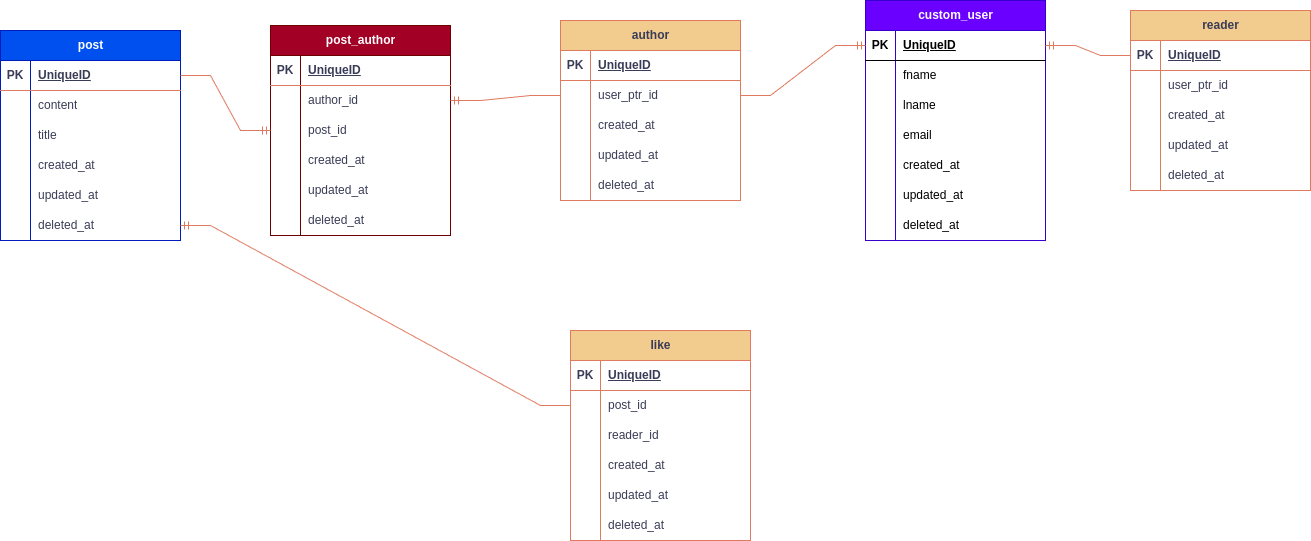
This is BlogApp_ERD.drawio.png from MohammadYeganeFar/Blog_App, a draw.io export, as it was before one commit. Source tidied: cells renumbered, new cells last; positions are measured from the earlier drawing's top-left corner, leaving out a move shared by most shapes.
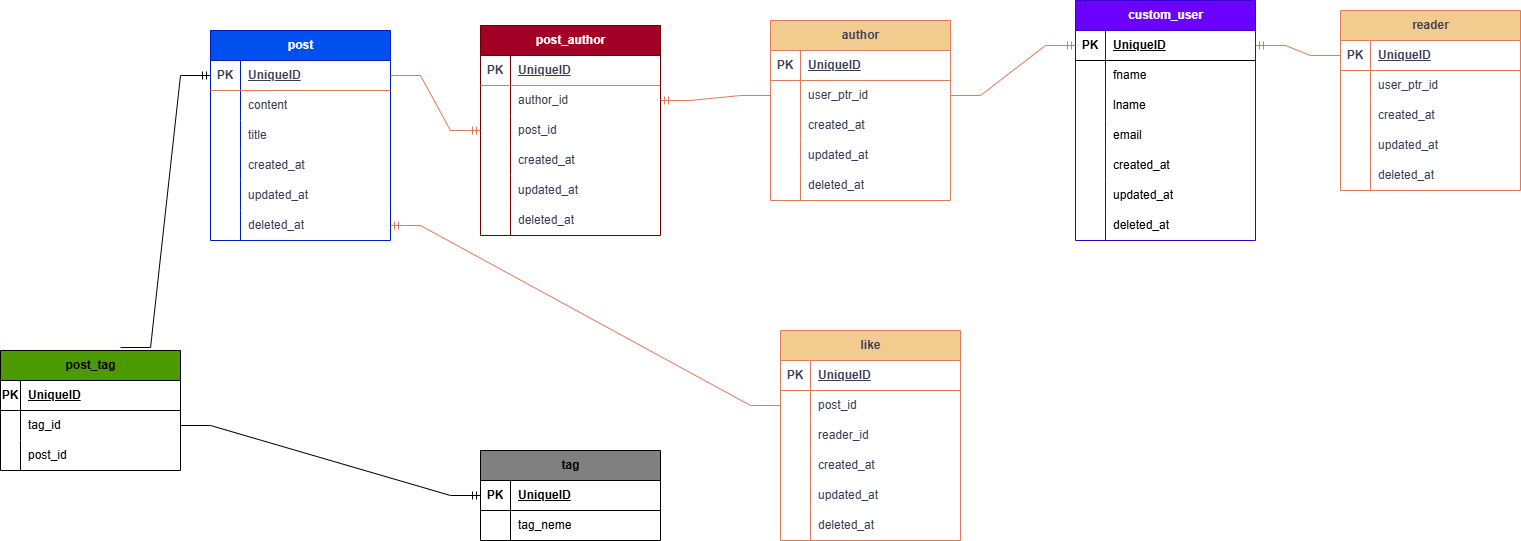
Later version of the same file.

Commit message:
Update BlogApp_ERD.drawio.png: tag and post_tag tables added

What changed in the source:
```diff
@@ -350,5 +350,76 @@
     <mxCell id="117" style="edgeStyle=entityRelationEdgeStyle;fontSize=12;html=1;endArrow=ERmandOne;rounded=0;strokeColor=#E07A5F;fontColor=#393C56;fillColor=#F2CC8F;exitX=0;exitY=0.5;exitDx=0;exitDy=0;entryX=1;entryY=0.5;entryDx=0;entryDy=0;" parent="1" edge="1" source="101" target="57">
       <mxGeometry relative="1" as="geometry" />
     </mxCell>
+    <mxCell id="118" value="tag" style="shape=table;startSize=30;rowLines=0;fontStyle=1;align=center;html=1;fillColor=#808080;" parent="1" vertex="1">
+      <mxGeometry x="270" y="450" width="180" height="90" as="geometry" />
+    </mxCell>
+    <mxCell id="119" style="shape=tableRow;horizontal=0;startSize=0;swimlaneHead=0;swimlaneBody=0;fillColor=none;points=[[0,0.5],[1,0.5]];portConstraint=eastwest;top=0;left=0;right=0;bottom=1;" parent="118" vertex="1">
+      <mxGeometry y="30" width="180" height="30" as="geometry" />
+    </mxCell>
+    <mxCell id="120" value="PK" style="shape=partialRectangle;fillColor=none;top=0;left=0;bottom=0;right=0;fontStyle=1;overflow=hidden;whiteSpace=wrap;html=1;" parent="119" vertex="1">
+      <mxGeometry width="30" height="30" as="geometry" />
+    </mxCell>
+    <mxCell id="121" value="UniqueID" style="shape=partialRectangle;fillColor=none;top=0;left=0;bottom=0;right=0;align=left;spacingLeft=6;fontStyle=5;overflow=hidden;whiteSpace=wrap;html=1;" parent="119" vertex="1">
+      <mxGeometry x="30" width="150" height="30" as="geometry" />
+    </mxCell>
+    <mxCell id="122" style="shape=tableRow;horizontal=0;startSize=0;swimlaneHead=0;swimlaneBody=0;fillColor=none;top=0;left=0;right=0;bottom=0;" parent="118" vertex="1">
+      <mxGeometry y="60" width="180" height="30" as="geometry" />
+    </mxCell>
+    <mxCell id="123" style="shape=partialRectangle;fillColor=none;top=0;left=0;bottom=0;right=0;overflow=hidden;whiteSpace=wrap;html=1;" parent="122" vertex="1">
+      <mxGeometry width="30" height="30" as="geometry" />
+    </mxCell>
+    <mxCell id="124" value="tag_neme" style="shape=partialRectangle;fillColor=none;top=0;left=0;bottom=0;right=0;align=left;spacingLeft=6;overflow=hidden;whiteSpace=wrap;html=1;" parent="122" vertex="1">
+      <mxGeometry x="30" width="150" height="30" as="geometry" />
+    </mxCell>
+    <mxCell id="125" value="post_tag" style="shape=table;startSize=30;rowLines=0;fontStyle=1;align=center;html=1;fillColor=#4D9900;" parent="1" vertex="1">
+      <mxGeometry x="-210" y="350" width="180" height="120" as="geometry" />
+    </mxCell>
+    <mxCell id="126" style="shape=tableRow;horizontal=0;startSize=0;swimlaneHead=0;swimlaneBody=0;fillColor=none;top=0;left=0;right=0;bottom=1;" parent="125" vertex="1">
+      <mxGeometry y="30" width="180" height="30" as="geometry" />
+    </mxCell>
+    <mxCell id="127" value="PK" style="shape=partialRectangle;fillColor=none;top=0;left=0;bottom=0;right=0;fontStyle=1;overflow=hidden;whiteSpace=wrap;html=1;" parent="126" vertex="1">
+      <mxGeometry width="20" height="30" as="geometry" />
+    </mxCell>
+    <mxCell id="128" value="UniqueID" style="shape=partialRectangle;fillColor=none;top=0;left=0;bottom=0;right=0;align=left;spacingLeft=6;fontStyle=5;overflow=hidden;whiteSpace=wrap;html=1;" parent="126" vertex="1">
+      <mxGeometry x="20" width="160" height="30" as="geometry" />
+    </mxCell>
+    <mxCell id="129" style="shape=tableRow;horizontal=0;startSize=0;swimlaneHead=0;swimlaneBody=0;fillColor=none;points=[[0,0.5],[1,0.5]];portConstraint=eastwest;top=0;left=0;right=0;bottom=0;" parent="125" vertex="1">
+      <mxGeometry y="60" width="180" height="30" as="geometry" />
+    </mxCell>
+    <mxCell id="130" style="shape=partialRectangle;fillColor=none;top=0;left=0;bottom=0;right=0;overflow=hidden;whiteSpace=wrap;html=1;" parent="129" vertex="1">
+      <mxGeometry width="20" height="30" as="geometry" />
+    </mxCell>
+    <mxCell id="131" value="tag_id" style="shape=partialRectangle;fillColor=none;top=0;left=0;bottom=0;right=0;align=left;spacingLeft=6;overflow=hidden;whiteSpace=wrap;html=1;" parent="129" vertex="1">
+      <mxGeometry x="20" width="160" height="30" as="geometry" />
+    </mxCell>
+    <mxCell id="132" style="shape=tableRow;horizontal=0;startSize=0;swimlaneHead=0;swimlaneBody=0;fillColor=none;top=0;left=0;right=0;bottom=0;" parent="125" vertex="1">
+      <mxGeometry y="90" width="180" height="30" as="geometry" />
+    </mxCell>
+    <mxCell id="133" style="shape=partialRectangle;fillColor=none;top=0;left=0;bottom=0;right=0;overflow=hidden;whiteSpace=wrap;html=1;" parent="132" vertex="1">
+      <mxGeometry width="20" height="30" as="geometry" />
+    </mxCell>
+    <mxCell id="134" value="post_id" style="shape=partialRectangle;fillColor=none;top=0;left=0;bottom=0;right=0;align=left;spacingLeft=6;overflow=hidden;whiteSpace=wrap;html=1;" parent="132" vertex="1">
+      <mxGeometry x="20" width="160" height="30" as="geometry" />
+    </mxCell>
+    <mxCell id="135" style="edgeStyle=entityRelationEdgeStyle;fontSize=12;html=1;endArrow=ERmandOne;rounded=0;exitX=1;exitY=0.5;exitDx=0;exitDy=0;entryX=0;entryY=0.5;entryDx=0;entryDy=0;" parent="1" edge="1" source="129" target="119">
+      <mxGeometry relative="1" as="geometry">
+        <Array as="points">
+          <mxPoint x="50" y="490" />
+          <mxPoint x="160" y="510" />
+          <mxPoint x="260" y="495" />
+          <mxPoint x="130" y="500" />
+          <mxPoint x="90" y="510" />
+          <mxPoint x="390" y="430" />
+          <mxPoint x="420" y="370" />
+        </Array>
+      </mxGeometry>
+    </mxCell>
+    <mxCell id="136" style="edgeStyle=entityRelationEdgeStyle;fontSize=12;html=1;endArrow=ERmandOne;rounded=0;entryX=0;entryY=0.5;entryDx=0;entryDy=0;exitX=0.667;exitY=-0.025;exitDx=0;exitDy=0;exitPerimeter=0;" parent="1" edge="1" source="125" target="42">
+      <mxGeometry relative="1" as="geometry">
+        <Array as="points">
+          <mxPoint x="-80" y="300" />
+        </Array>
+      </mxGeometry>
+    </mxCell>
   </root>
 </mxGraphModel>
```
